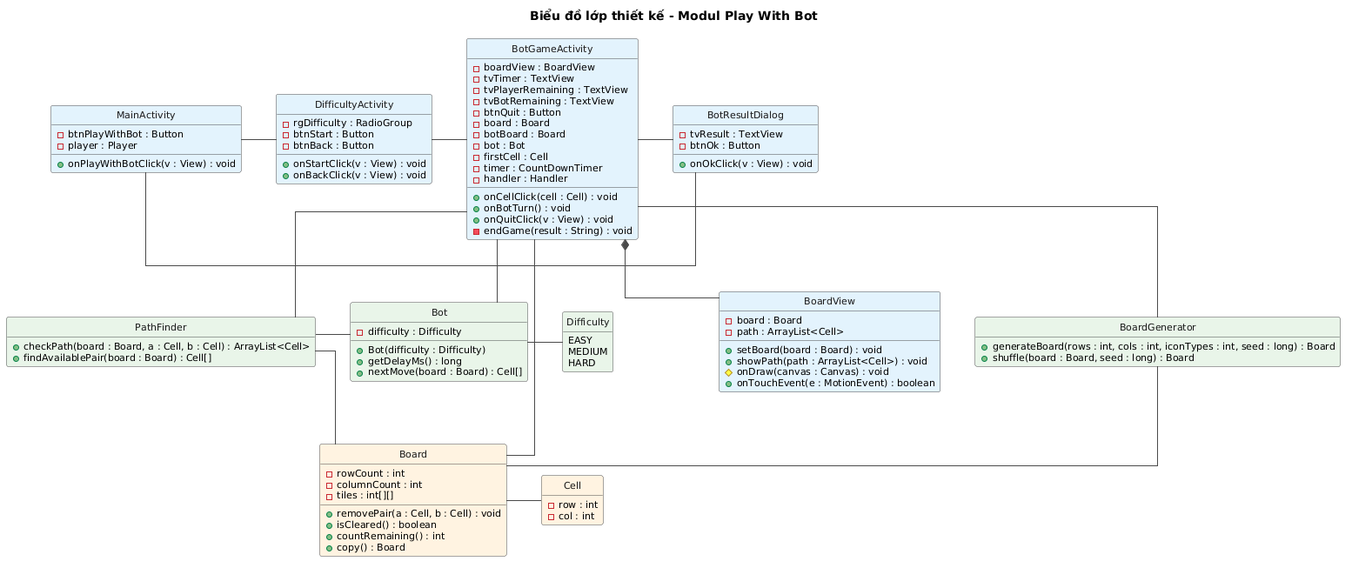
Earlier version of the PlantUML export docs/uml/pha3/class-design-m2.png (VattenL/mobile-pikachu). The source it was exported from:
```plantuml
@startuml
title Biểu đồ lớp thiết kế - Modul Play With Bot

hide circle
hide empty members
skinparam shadowing false
skinparam linetype ortho
skinparam nodesep 40
skinparam ranksep 60
skinparam classFontSize 13
skinparam classAttributeFontSize 11
skinparam class {
  BorderColor #4A4A4A
  ArrowColor #4A4A4A
  FontColor #1A1A1A
}

class MainActivity #E3F2FD {
  - btnPlayWithBot : Button
  - player : Player
  + onPlayWithBotClick(v : View) : void
}

class DifficultyActivity #E3F2FD {
  - rgDifficulty : RadioGroup
  - btnStart : Button
  - btnBack : Button
  + onStartClick(v : View) : void
  + onBackClick(v : View) : void
}

class BotGameActivity #E3F2FD {
  - boardView : BoardView
  - tvTimer : TextView
  - tvPlayerRemaining : TextView
  - tvBotRemaining : TextView
  - btnQuit : Button
  - board : Board
  - botBoard : Board
  - bot : Bot
  - firstCell : Cell
  - timer : CountDownTimer
  - handler : Handler
  + onCellClick(cell : Cell) : void
  + onBotTurn() : void
  + onQuitClick(v : View) : void
  - endGame(result : String) : void
}

class BotResultDialog #E3F2FD {
  - tvResult : TextView
  - btnOk : Button
  + onOkClick(v : View) : void
}

class BoardView #E3F2FD {
  - board : Board
  - path : ArrayList<Cell>
  + setBoard(board : Board) : void
  + showPath(path : ArrayList<Cell>) : void
  # onDraw(canvas : Canvas) : void
  + onTouchEvent(e : MotionEvent) : boolean
}

class BoardGenerator #E8F5E9 {
  + generateBoard(rows : int, cols : int, iconTypes : int, seed : long) : Board
  + shuffle(board : Board, seed : long) : Board
}

class PathFinder #E8F5E9 {
  + checkPath(board : Board, a : Cell, b : Cell) : ArrayList<Cell>
  + findAvailablePair(board : Board) : Cell[]
}

class Bot #E8F5E9 {
  - difficulty : Difficulty
  + Bot(difficulty : Difficulty)
  + getDelayMs() : long
  + nextMove(board : Board) : Cell[]
}

enum Difficulty #E8F5E9 {
  EASY
  MEDIUM
  HARD
}

class Board #FFF3E0 {
  - rowCount : int
  - columnCount : int
  - tiles : int[][]
  + removePair(a : Cell, b : Cell) : void
  + isCleared() : boolean
  + countRemaining() : int
  + copy() : Board
}

class Cell #FFF3E0 {
  - row : int
  - col : int
}

MainActivity -right- DifficultyActivity
DifficultyActivity -right- BotGameActivity
BotGameActivity -right- BotResultDialog
BotResultDialog -[norank]- MainActivity
BotGameActivity *-down- BoardView

BotGameActivity -down- BoardGenerator
BotGameActivity -down- PathFinder
BotGameActivity -down- Bot
Bot -right- Difficulty
Bot -left- PathFinder

BoardGenerator -down- Board
PathFinder -down- Board
BotGameActivity -[norank]- Board
Board -right- Cell
@enduml
```
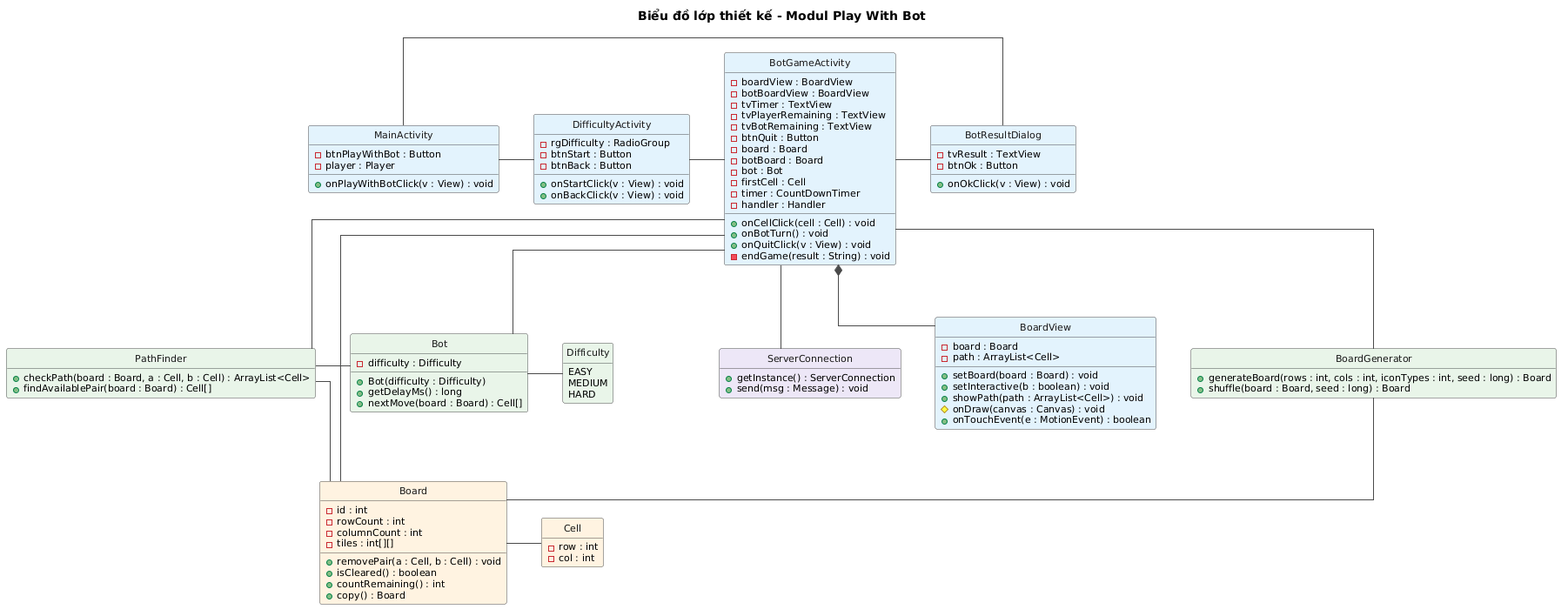
Later version of the same file.

Diff of the diagram source:
```diff
@@ -31,6 +31,7 @@
 
 class BotGameActivity #E3F2FD {
   - boardView : BoardView
+  - botBoardView : BoardView
   - tvTimer : TextView
   - tvPlayerRemaining : TextView
   - tvBotRemaining : TextView
@@ -53,10 +54,16 @@
   + onOkClick(v : View) : void
 }
 
+class ServerConnection #EDE7F6 {
+  + getInstance() : ServerConnection
+  + send(msg : Message) : void
+}
+
 class BoardView #E3F2FD {
   - board : Board
   - path : ArrayList<Cell>
   + setBoard(board : Board) : void
+  + setInteractive(b : boolean) : void
   + showPath(path : ArrayList<Cell>) : void
   # onDraw(canvas : Canvas) : void
   + onTouchEvent(e : MotionEvent) : boolean
@@ -86,6 +93,7 @@
 }
 
 class Board #FFF3E0 {
+  - id : int
   - rowCount : int
   - columnCount : int
   - tiles : int[][]
@@ -105,6 +113,7 @@
 BotGameActivity -right- BotResultDialog
 BotResultDialog -[norank]- MainActivity
 BotGameActivity *-down- BoardView
+BotGameActivity -down- ServerConnection
 
 BotGameActivity -down- BoardGenerator
 BotGameActivity -down- PathFinder
```
